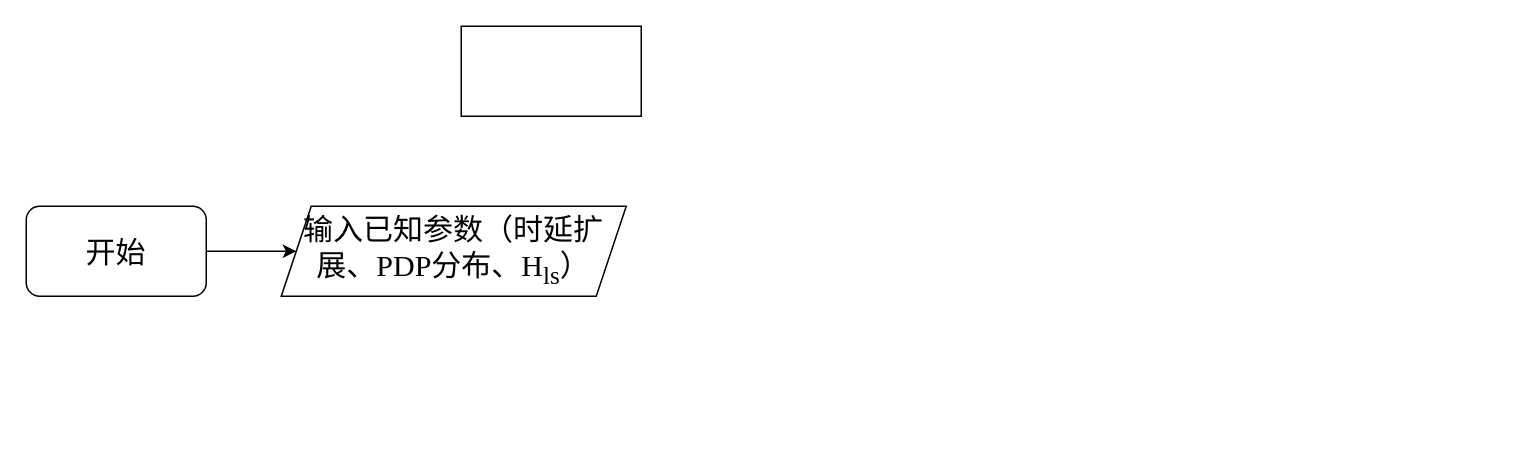
Above: 相关阵计算.drawio in JYbrucEupup/zip (draw.io), before the change. Source tidied: cells renumbered, new cells numbered last; positions are measured from the earlier drawing's top-left corner, leaving out a move shared by most shapes. Both pictures are drawn from the tidied source at 150%, with x=0, y=0 at pixel (26, 26).
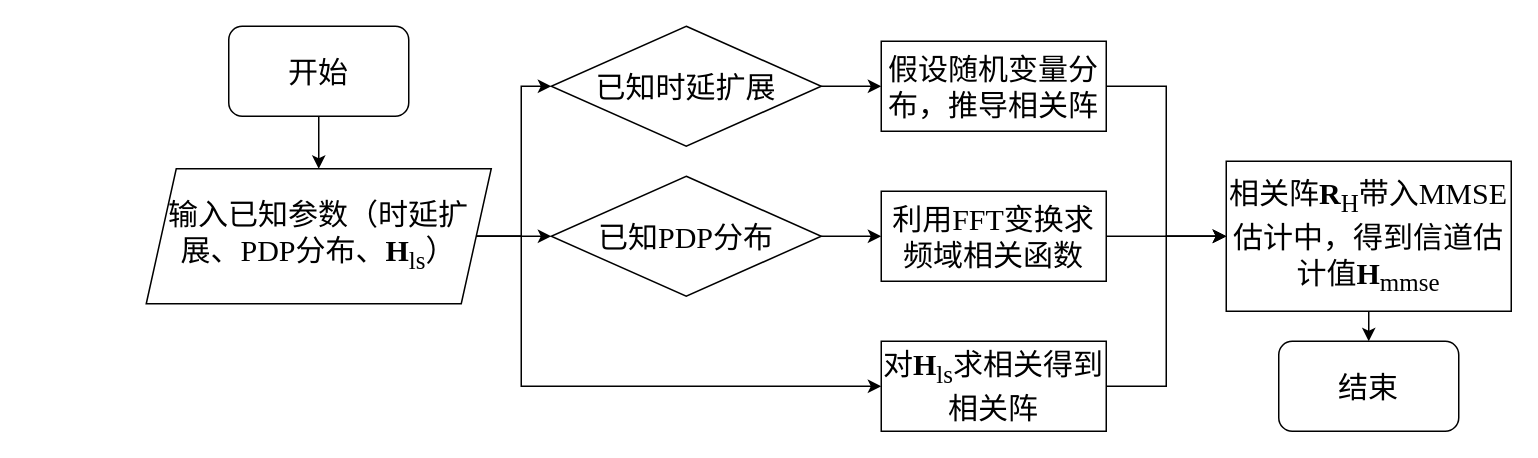
Above is the later version.

Commit message (it also covers changes not shown here):
更新相关阵计算.drawio

Diff of the diagram source:
```diff
@@
-    <mxCell id="2" style="edgeStyle=orthogonalEdgeStyle;rounded=0;jettySize=auto;html=1;exitX=1;exitY=0.5;exitDx=0;exitDy=0;entryX=0;entryY=0.5;entryDx=0;entryDy=0;" parent="1" edge="1" source="3" target="5">
+    <mxCell id="2" style="edgeStyle=orthogonalEdgeStyle;rounded=0;jettySize=auto;html=1;exitX=0.5;exitY=1;exitDx=0;exitDy=0;entryX=0.5;entryY=0;entryDx=0;entryDy=0;" parent="1" edge="1" source="3" target="5">
       <mxGeometry relative="1" as="geometry" />
     </mxCell>
     <mxCell id="3" value="&lt;font style=&quot;font-size: 20px;&quot; face=&quot;Times New Roman&quot;&gt;开始&lt;/font&gt;" style="rounded=1;whiteSpace=wrap;html=1;" parent="1" vertex="1">
-      <mxGeometry y="120" width="120" height="60" as="geometry" />
+      <mxGeometry x="135" width="120" height="60" as="geometry" />
     </mxCell>
-    <mxCell id="4" value="&lt;div style=&quot;text-align: start;&quot;&gt;&lt;br&gt;&lt;/div&gt;" style="rounded=0;whiteSpace=wrap;html=1;" parent="1" vertex="1">
-      <mxGeometry x="290" width="120" height="60" as="geometry" />
-    </mxCell>
+    <mxCell id="6" style="edgeStyle=orthogonalEdgeStyle;rounded=0;jettySize=auto;html=1;exitX=1;exitY=0.5;exitDx=0;exitDy=0;entryX=0;entryY=0.5;entryDx=0;entryDy=0;" parent="1" edge="1" source="5" target="9">
+      <mxGeometry relative="1" as="geometry" />
+    </mxCell>
+    <mxCell id="7" style="edgeStyle=orthogonalEdgeStyle;rounded=0;jettySize=auto;html=1;exitX=1;exitY=0.5;exitDx=0;exitDy=0;entryX=0;entryY=0.5;entryDx=0;entryDy=0;" parent="1" edge="1" source="5" target="11">
+      <mxGeometry relative="1" as="geometry" />
+    </mxCell>
+    <mxCell id="8" style="edgeStyle=orthogonalEdgeStyle;rounded=0;jettySize=auto;html=1;exitX=1;exitY=0.5;exitDx=0;exitDy=0;entryX=0;entryY=0.5;entryDx=0;entryDy=0;" parent="1" edge="1" source="5" target="18">
+      <mxGeometry relative="1" as="geometry">
+        <Array as="points">
+          <mxPoint x="330" y="140" />
+          <mxPoint x="330" y="240" />
+        </Array>
+      </mxGeometry>
+    </mxCell>
-    <mxCell id="5" value="&lt;span style=&quot;font-family: &amp;quot;Times New Roman&amp;quot;; font-size: 20px;&quot;&gt;输入已知参数（时延扩展、PDP分布、H&lt;sub&gt;ls&lt;/sub&gt;）&lt;/span&gt;" style="shape=parallelogram;perimeter=parallelogramPerimeter;whiteSpace=wrap;html=1;fixedSize=1;" parent="1" vertex="1">
-      <mxGeometry x="170" y="120" width="230" height="60" as="geometry" />
+    <mxCell id="5" value="&lt;span style=&quot;font-family: &amp;quot;Times New Roman&amp;quot;; font-size: 20px;&quot;&gt;输入已知参数（时延扩展、PDP分布、&lt;b&gt;H&lt;/b&gt;&lt;sub&gt;ls&lt;/sub&gt;）&lt;/span&gt;" style="shape=parallelogram;perimeter=parallelogramPerimeter;whiteSpace=wrap;html=1;fixedSize=1;" parent="1" vertex="1">
+      <mxGeometry x="80" y="95" width="230" height="90" as="geometry" />
     </mxCell>
+    <mxCell id="9" value="&lt;span style=&quot;font-family: &amp;quot;Times New Roman&amp;quot;; font-size: 20px;&quot;&gt;已知时延扩展&lt;/span&gt;" style="rhombus;whiteSpace=wrap;html=1;" parent="1" vertex="1">
+      <mxGeometry x="350" width="180" height="80" as="geometry" />
+    </mxCell>
+    <mxCell id="10" style="edgeStyle=orthogonalEdgeStyle;rounded=0;jettySize=auto;html=1;" parent="1" edge="1" source="11" target="16">
+      <mxGeometry relative="1" as="geometry" />
+    </mxCell>
+    <mxCell id="11" value="&lt;span style=&quot;font-family: &amp;quot;Times New Roman&amp;quot;; font-size: 20px;&quot;&gt;已知PDP分布&lt;/span&gt;" style="rhombus;whiteSpace=wrap;html=1;" parent="1" vertex="1">
+      <mxGeometry x="350" y="100" width="180" height="80" as="geometry" />
+    </mxCell>
+    <mxCell id="12" style="endArrow=classic;html=1;rounded=0;exitX=1;exitY=0.5;exitDx=0;exitDy=0;entryX=0;entryY=0.5;entryDx=0;entryDy=0;" parent="1" edge="1" source="9" target="14">
+      <mxGeometry relative="1" as="geometry" />
+    </mxCell>
+    <mxCell id="13" style="edgeStyle=orthogonalEdgeStyle;rounded=0;jettySize=auto;html=1;exitX=1;exitY=0.5;exitDx=0;exitDy=0;entryX=0;entryY=0.5;entryDx=0;entryDy=0;" parent="1" edge="1" source="14" target="21">
+      <mxGeometry relative="1" as="geometry" />
+    </mxCell>
+    <mxCell id="14" value="&lt;font face=&quot;Times New Roman&quot;&gt;&lt;span style=&quot;font-size: 20px;&quot;&gt;假设随机变量分布，推导相关阵&lt;/span&gt;&lt;/font&gt;" style="rounded=0;whiteSpace=wrap;html=1;" parent="1" vertex="1">
+      <mxGeometry x="570" y="10" width="150" height="60" as="geometry" />
+    </mxCell>
+    <mxCell id="15" style="edgeStyle=orthogonalEdgeStyle;rounded=0;jettySize=auto;html=1;" parent="1" edge="1" source="16" target="21">
+      <mxGeometry relative="1" as="geometry" />
+    </mxCell>
+    <mxCell id="16" value="&lt;font face=&quot;Times New Roman&quot;&gt;&lt;span style=&quot;font-size: 20px;&quot;&gt;利用FFT变换求频域相关函数&lt;/span&gt;&lt;/font&gt;" style="rounded=0;whiteSpace=wrap;html=1;" parent="1" vertex="1">
+      <mxGeometry x="570" y="110" width="150" height="60" as="geometry" />
+    </mxCell>
+    <mxCell id="17" style="edgeStyle=orthogonalEdgeStyle;rounded=0;jettySize=auto;html=1;exitX=1;exitY=0.5;exitDx=0;exitDy=0;entryX=0;entryY=0.5;entryDx=0;entryDy=0;" parent="1" edge="1" source="18" target="21">
+      <mxGeometry relative="1" as="geometry" />
+    </mxCell>
+    <mxCell id="18" value="&lt;span style=&quot;font-family: &amp;quot;Times New Roman&amp;quot;; font-size: 20px;&quot;&gt;对&lt;/span&gt;&lt;font style=&quot;font-size: 20px;&quot;&gt;&lt;span style=&quot;font-family: &amp;quot;Times New Roman&amp;quot;;&quot;&gt;&lt;b style=&quot;&quot;&gt;H&lt;/b&gt;&lt;/span&gt;&lt;sub style=&quot;font-family: &amp;quot;Times New Roman&amp;quot;;&quot;&gt;ls&lt;/sub&gt;&lt;/font&gt;&lt;span style=&quot;font-family: &amp;quot;Times New Roman&amp;quot;; font-size: 20px;&quot;&gt;求相关得到相关阵&lt;/span&gt;" style="rounded=0;whiteSpace=wrap;html=1;" parent="1" vertex="1">
+      <mxGeometry x="570" y="210" width="150" height="60" as="geometry" />
+    </mxCell>
+    <mxCell id="19" value="&lt;span style=&quot;font-family: &amp;quot;Times New Roman&amp;quot;; font-size: 20px;&quot;&gt;结束&lt;/span&gt;" style="rounded=1;whiteSpace=wrap;html=1;" parent="1" vertex="1">
+      <mxGeometry x="835" y="210" width="120" height="60" as="geometry" />
+    </mxCell>
+    <mxCell id="20" style="edgeStyle=orthogonalEdgeStyle;rounded=0;jettySize=auto;html=1;exitX=0.5;exitY=1;exitDx=0;exitDy=0;entryX=0.5;entryY=0;entryDx=0;entryDy=0;" parent="1" edge="1" source="21" target="19">
+      <mxGeometry relative="1" as="geometry" />
+    </mxCell>
+    <mxCell id="21" value="&lt;font style=&quot;font-size: 20px;&quot; face=&quot;Times New Roman&quot;&gt;相关阵&lt;b&gt;R&lt;/b&gt;&lt;sub&gt;H&lt;/sub&gt;带入MMSE估计中，得到信道估计值&lt;/font&gt;&lt;font face=&quot;Times New Roman&quot; style=&quot;font-size: 20px;&quot;&gt;&lt;b&gt;H&lt;/b&gt;&lt;sub style=&quot;&quot;&gt;mmse&lt;/sub&gt;&lt;/font&gt;" style="rounded=0;whiteSpace=wrap;html=1;" parent="1" vertex="1">
+      <mxGeometry x="800" y="90" width="190" height="100" as="geometry" />
+    </mxCell>
```
